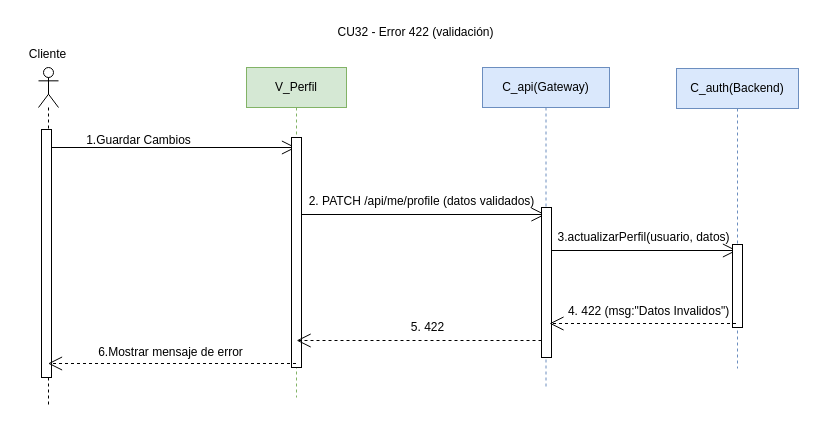
Earlier version of the draw.io diagram page "CU32" (1 of 8) of INCREMENTO 3/Diagrama de secuencia(Error).drawio (Shizars/Proyecto-ing-soft-1-y-2). Source tidied: cells renumbered, new cells numbered last; positions are measured from the earlier drawing's top-left corner, leaving out a move shared by most shapes. Both pictures are drawn from the tidied source at 100%, with x=0, y=0 at pixel (17, 17).
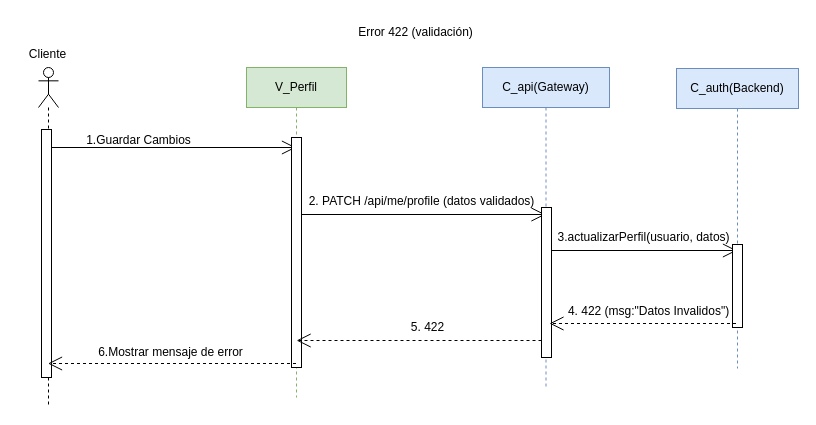
The same page after the edit.

Commit message (it also covers changes not shown here):
Trazabilidad: Actualización Diagramas Secuencia(Error)

Change to the diagram source:
```diff
@@
-    <mxCell id="21" value="CU32 - Error 422 (validación)" style="text;html=1;align=center;verticalAlign=middle;strokeColor=none;fillColor=none;" parent="1" vertex="1">
-      <mxGeometry x="308" width="180" height="30" as="geometry" />
+    <mxCell id="21" value="Error 422 (validación)" style="text;html=1;align=center;verticalAlign=middle;strokeColor=none;fillColor=none;" parent="1" vertex="1">
+      <mxGeometry x="328" width="140" height="30" as="geometry" />
     </mxCell>
```
